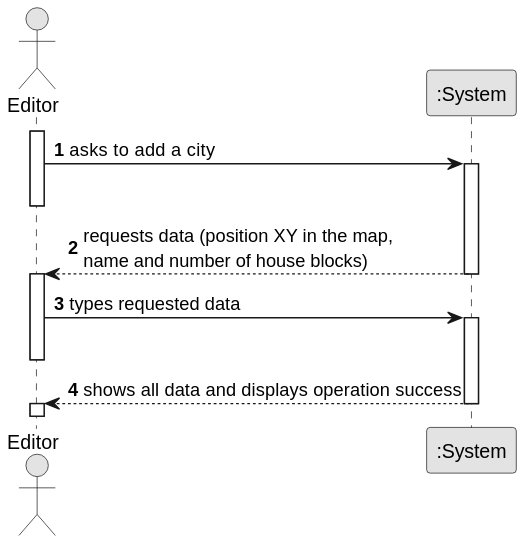
Earlier version of the PlantUML export docs/sprint1/us003/01.requirements-engineering/svg/us003-system-sequence-diagram.svg (ivasduarte/all-aboard).
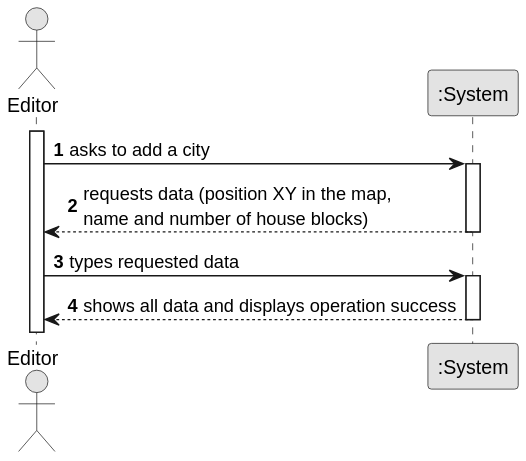
Above is the later version.

The edit, as a diff of the source:
```diff
@@ -12,17 +12,13 @@
 
     Editor -> System : asks to add a city
     activate System
-    deactivate Editor
 
     System --> Editor : requests data (position XY in the map, \nname and number of house blocks)
     deactivate System
-    activate Editor
 
     Editor -> System : types requested data
     activate System
-    deactivate Editor
 
     System --> Editor : shows all data and displays operation success
     deactivate System
-    activate Editor
 @enduml
```
